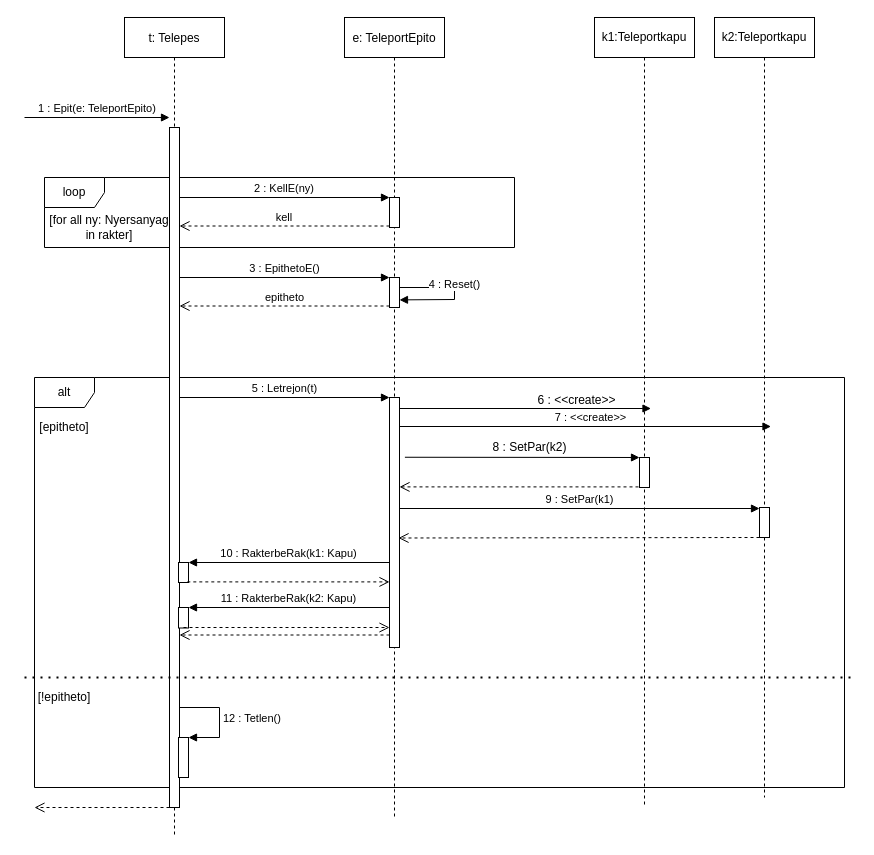
Before: page "RÉGI" (2 of 2) of doc/uml/szekvencia_teleportEpit.drawio in torpeBoiGo/aszteroidabanyaszat, a draw.io diagram. Source tidied: cells renumbered, new cells numbered last; positions are measured from the earlier drawing's top-left corner, leaving out a move shared by most shapes. Both pictures are drawn from the tidied source at 100%, with x=0, y=0 at pixel (24, 17).
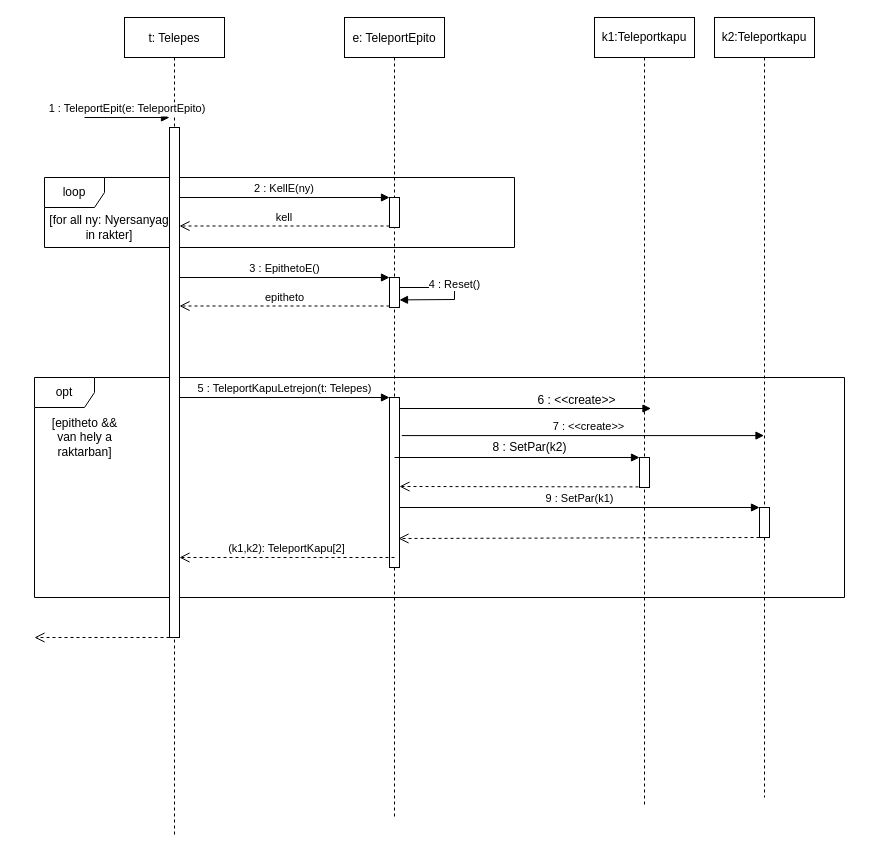
Above is the later version.

Unchanged cells that the change refers to:
```xml
<mxCell id="5" value="t: Telepes" style="shape=umlLifeline;perimeter=lifelinePerimeter;rounded=0;shadow=0;strokeWidth=1;" parent="1" vertex="1">
  <mxGeometry x="100" width="100" height="820" as="geometry" />
</mxCell>
<mxCell id="11" value="e: TeleportEpito" style="shape=umlLifeline;perimeter=lifelinePerimeter;rounded=0;shadow=0;strokeWidth=1;" parent="1" vertex="1">
  <mxGeometry x="320" width="100" height="800" as="geometry" />
</mxCell>
<mxCell id="29" style="html=1;points=[];perimeter=orthogonalPerimeter;" parent="28" vertex="1">
  <mxGeometry x="45" y="440" width="10" height="30" as="geometry" />
</mxCell>
<mxCell id="30" value="k2:Teleportkapu" style="shape=umlLifeline;perimeter=lifelinePerimeter;whiteSpace=wrap;html=1;outlineConnect=0;" parent="1" vertex="1">
  <mxGeometry x="690" width="100" height="780" as="geometry" />
</mxCell>
<mxCell id="40" style="html=1;points=[];perimeter=orthogonalPerimeter;" parent="1" vertex="1">
  <mxGeometry x="735" y="490" width="10" height="30" as="geometry" />
</mxCell>
```

Change to the diagram source:
```diff
@@
-    <mxCell id="2" value="alt" style="shape=umlFrame;whiteSpace=wrap;html=1;" parent="1" vertex="1">
-      <mxGeometry x="10" y="360" width="810" height="410" as="geometry" />
+    <mxCell id="2" value="opt" style="shape=umlFrame;whiteSpace=wrap;html=1;" parent="1" vertex="1">
+      <mxGeometry x="10" y="360" width="810" height="220" as="geometry" />
     </mxCell>
@@
     <mxCell id="6" style="html=1;points=[];perimeter=orthogonalPerimeter;" parent="5" vertex="1">
-      <mxGeometry x="45" y="110" width="10" height="680" as="geometry" />
+      <mxGeometry x="45" y="110" width="10" height="510" as="geometry" />
     </mxCell>
-    <mxCell id="7" style="html=1;points=[];perimeter=orthogonalPerimeter;" parent="5" vertex="1">
-      <mxGeometry x="54" y="720" width="10" height="40" as="geometry" />
-    </mxCell>
-    <mxCell id="8" value="12 : Tetlen()" style="edgeStyle=orthogonalEdgeStyle;html=1;align=left;spacingLeft=2;endArrow=block;rounded=0;entryX=1;entryY=0;" parent="5" edge="1" source="6" target="7">
-      <mxGeometry relative="1" as="geometry">
-        <Array as="points">
-          <mxPoint x="95" y="690" />
-          <mxPoint x="95" y="720" />
-        </Array>
-      </mxGeometry>
-    </mxCell>
-    <mxCell id="9" style="html=1;points=[];perimeter=orthogonalPerimeter;" parent="5" vertex="1">
-      <mxGeometry x="54" y="590" width="10" height="20.5" as="geometry" />
-    </mxCell>
-    <mxCell id="10" style="html=1;points=[];perimeter=orthogonalPerimeter;" parent="5" vertex="1">
-      <mxGeometry x="54" y="545" width="10" height="20" as="geometry" />
-    </mxCell>
@@
     <mxCell id="14" style="html=1;points=[];perimeter=orthogonalPerimeter;" parent="11" vertex="1">
-      <mxGeometry x="45" y="380" width="10" height="250" as="geometry" />
+      <mxGeometry x="45" y="380" width="10" height="170" as="geometry" />
     </mxCell>
@@
-    <mxCell id="18" value="[epitheto]" style="text;html=1;strokeColor=none;fillColor=none;align=center;verticalAlign=middle;whiteSpace=wrap;rounded=0;" parent="1" vertex="1">
-      <mxGeometry x="20" y="400" width="40" height="20" as="geometry" />
+    <mxCell id="18" value="[epitheto &amp;amp;&amp;amp; van hely a raktarban]" style="text;html=1;strokeColor=none;fillColor=none;align=center;verticalAlign=middle;whiteSpace=wrap;rounded=0;" parent="1" vertex="1">
+      <mxGeometry x="20" y="410" width="81" height="20" as="geometry" />
     </mxCell>
@@
-    <mxCell id="20" value="1 : Epit(e: TeleportEpito)" style="verticalAlign=bottom;startArrow=none;endArrow=block;startSize=8;shadow=0;strokeWidth=1;startFill=0;" parent="1" edge="1">
+    <mxCell id="20" value="1 : TeleportEpit(e: TeleportEpito)" style="verticalAlign=bottom;startArrow=none;endArrow=block;startSize=8;shadow=0;strokeWidth=1;startFill=0;" parent="1" edge="1">
       <mxGeometry relative="1" as="geometry">
-        <mxPoint y="100" as="sourcePoint" />
+        <mxPoint x="60" y="100" as="sourcePoint" />
         <mxPoint x="145" y="100" as="targetPoint" />
       </mxGeometry>
     </mxCell>
     <mxCell id="21" style="html=1;verticalAlign=bottom;endArrow=open;dashed=1;endSize=8;" parent="1" edge="1" source="6">
       <mxGeometry relative="1" as="geometry">
-        <mxPoint x="10" y="790" as="targetPoint" />
+        <mxPoint x="10" y="620" as="targetPoint" />
       </mxGeometry>
     </mxCell>
-    <mxCell id="22" style="endArrow=none;dashed=1;html=1;dashPattern=1 3;strokeWidth=2;" parent="1" edge="1">
-      <mxGeometry relative="1" as="geometry">
-        <mxPoint y="660" as="sourcePoint" />
-        <mxPoint x="830" y="660" as="targetPoint" />
-      </mxGeometry>
-    </mxCell>
-    <mxCell id="23" value="[!epitheto]" style="text;html=1;strokeColor=none;fillColor=none;align=center;verticalAlign=middle;whiteSpace=wrap;rounded=0;" parent="1" vertex="1">
-      <mxGeometry x="20" y="670" width="40" height="20" as="geometry" />
-    </mxCell>
-    <mxCell id="24" value="5 : Letrejon(t)" style="html=1;verticalAlign=bottom;endArrow=block;entryX=0;entryY=0;" parent="1" edge="1" source="6" target="14">
+    <mxCell id="24" value="5 : TeleportKapuLetrejon(t: Telepes)" style="html=1;verticalAlign=bottom;endArrow=block;entryX=0;entryY=0;" parent="1" edge="1" source="6" target="14">
       <mxGeometry relative="1" as="geometry" />
     </mxCell>
-    <mxCell id="25" style="html=1;verticalAlign=bottom;endArrow=open;dashed=1;endSize=8;exitX=0;exitY=0.95;" parent="1" edge="1" source="14" target="6">
-      <mxGeometry relative="1" as="geometry" />
-    </mxCell>
-    <mxCell id="26" value="11 : RakterbeRak(k2: Kapu)" style="html=1;verticalAlign=bottom;endArrow=block;" parent="1" edge="1" source="14" target="9">
-      <mxGeometry relative="1" as="geometry" />
-    </mxCell>
-    <mxCell id="27" style="html=1;verticalAlign=bottom;endArrow=open;dashed=1;endSize=8;" parent="1" edge="1" target="14">
-      <mxGeometry relative="1" as="geometry">
-        <mxPoint x="159" y="610" as="sourcePoint" />
-      </mxGeometry>
-    </mxCell>
@@
-    <mxCell id="31" value="10 : RakterbeRak(k1: Kapu)" style="html=1;verticalAlign=bottom;endArrow=block;" parent="1" edge="1" source="14" target="10">
-      <mxGeometry relative="1" as="geometry" />
-    </mxCell>
-    <mxCell id="32" style="html=1;verticalAlign=bottom;endArrow=block;exitX=1.54;exitY=0.239;exitDx=0;exitDy=0;exitPerimeter=0;" parent="1" edge="1" source="14" target="29">
-      <mxGeometry x="0.08" y="10" relative="1" as="geometry" />
+    <mxCell id="32" style="html=1;verticalAlign=bottom;endArrow=block;" parent="1" edge="1" target="29">
+      <mxGeometry x="0.08" y="10" relative="1" as="geometry">
+        <mxPoint x="370" y="440" as="sourcePoint" />
+      </mxGeometry>
     </mxCell>
-    <mxCell id="33" value="9 : SetPar(k1)" style="html=1;verticalAlign=bottom;endArrow=block;exitX=0.98;exitY=0.444;exitDx=0;exitDy=0;exitPerimeter=0;" parent="1" edge="1" source="14" target="40">
+    <mxCell id="33" value="9 : SetPar(k1)" style="html=1;verticalAlign=bottom;endArrow=block;" parent="1" edge="1" source="14" target="40">
       <mxGeometry relative="1" as="geometry" />
     </mxCell>
@@
-    <mxCell id="37" value="7 : &amp;lt;&amp;lt;create&amp;gt;&amp;gt;" style="html=1;verticalAlign=bottom;endArrow=block;" parent="1" edge="1" source="14">
-      <mxGeometry x="0.03" relative="1" as="geometry">
-        <mxPoint x="746.5" y="409" as="targetPoint" />
-      </mxGeometry>
+    <mxCell id="37" value="7 : &amp;lt;&amp;lt;create&amp;gt;&amp;gt;" style="html=1;verticalAlign=bottom;endArrow=block;exitX=1.233;exitY=0.224;exitDx=0;exitDy=0;exitPerimeter=0;" parent="1" edge="1" source="14" target="30">
+      <mxGeometry x="0.03" relative="1" as="geometry" />
     </mxCell>
@@
-    <mxCell id="39" style="html=1;verticalAlign=bottom;endArrow=open;dashed=1;endSize=8;exitX=-0.1;exitY=0.98;exitDx=0;exitDy=0;exitPerimeter=0;" parent="1" edge="1" source="29" target="14">
-      <mxGeometry relative="1" as="geometry" />
+    <mxCell id="39" style="html=1;verticalAlign=bottom;endArrow=open;dashed=1;endSize=8;exitX=-0.1;exitY=0.98;exitDx=0;exitDy=0;exitPerimeter=0;" parent="1" edge="1" source="29">
+      <mxGeometry relative="1" as="geometry">
+        <mxPoint x="375" y="469" as="targetPoint" />
+      </mxGeometry>
     </mxCell>
@@
-    <mxCell id="41" style="html=1;verticalAlign=bottom;endArrow=open;dashed=1;endSize=8;entryX=0.9;entryY=0.562;entryDx=0;entryDy=0;entryPerimeter=0;" parent="1" edge="1" source="40" target="14">
-      <mxGeometry relative="1" as="geometry" />
+    <mxCell id="41" style="html=1;verticalAlign=bottom;endArrow=open;dashed=1;endSize=8;" parent="1" edge="1" source="40">
+      <mxGeometry relative="1" as="geometry">
+        <mxPoint x="374" y="521" as="targetPoint" />
+      </mxGeometry>
     </mxCell>
-    <mxCell id="42" style="html=1;verticalAlign=bottom;endArrow=open;dashed=1;endSize=8;exitX=0.88;exitY=0.97;exitDx=0;exitDy=0;exitPerimeter=0;" parent="1" edge="1" source="10" target="14">
-      <mxGeometry relative="1" as="geometry" />
-    </mxCell>
+    <mxCell id="43" value="(k1,k2): TeleportKapu[2]" style="html=1;verticalAlign=bottom;endArrow=open;dashed=1;endSize=8;" parent="1" edge="1" target="6">
+      <mxGeometry relative="1" as="geometry">
+        <mxPoint x="370" y="540" as="sourcePoint" />
+      </mxGeometry>
+    </mxCell>
```
